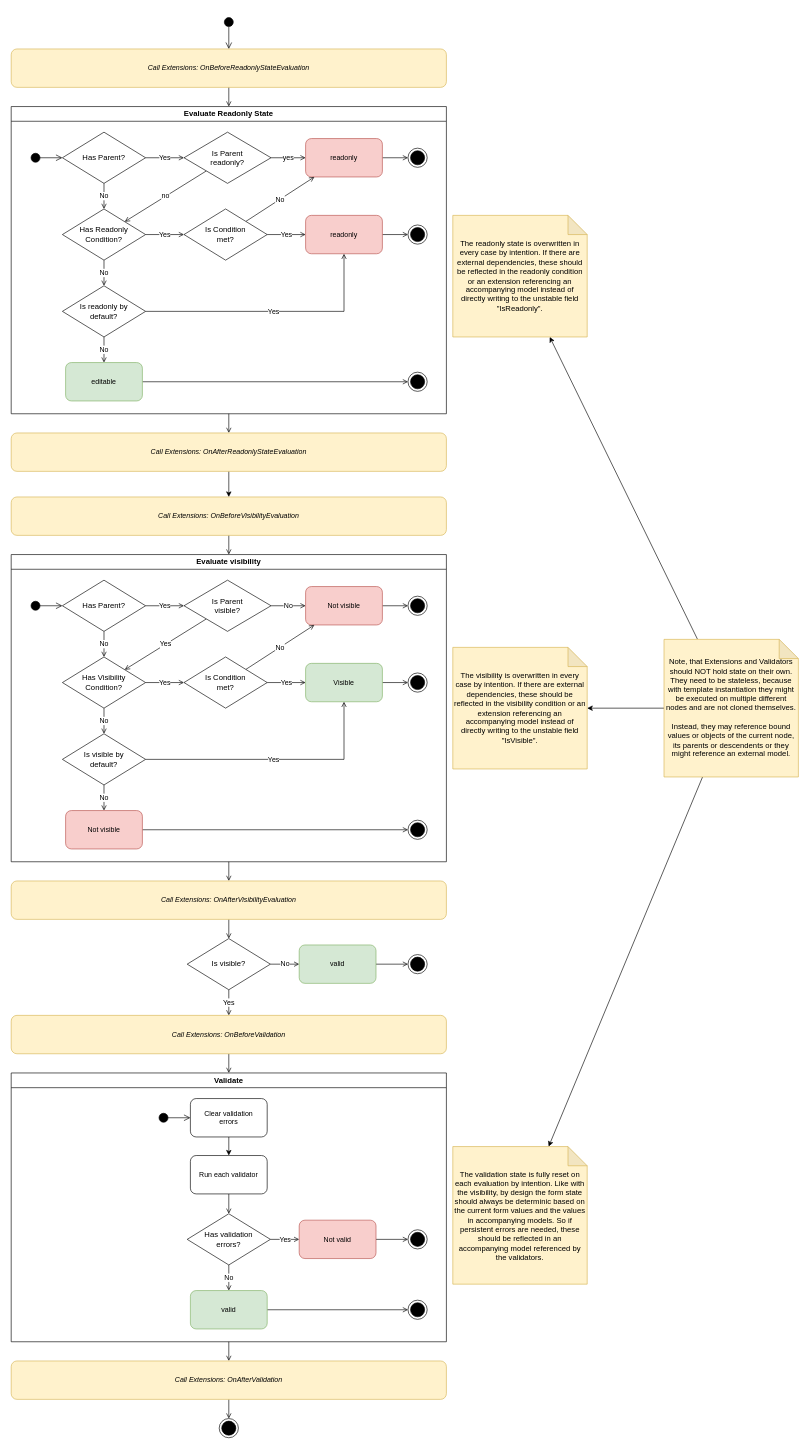
The draw.io diagram doc/forms-concept/update_pipeline.drawio in RGXStorm281/common, before the edit. Source tidied: cells renumbered, new cells numbered last; positions are measured from the earlier drawing's top-left corner, leaving out a move shared by most shapes. Both pictures are drawn from the tidied source at 64%, with x=0, y=0 at pixel (11, 17).
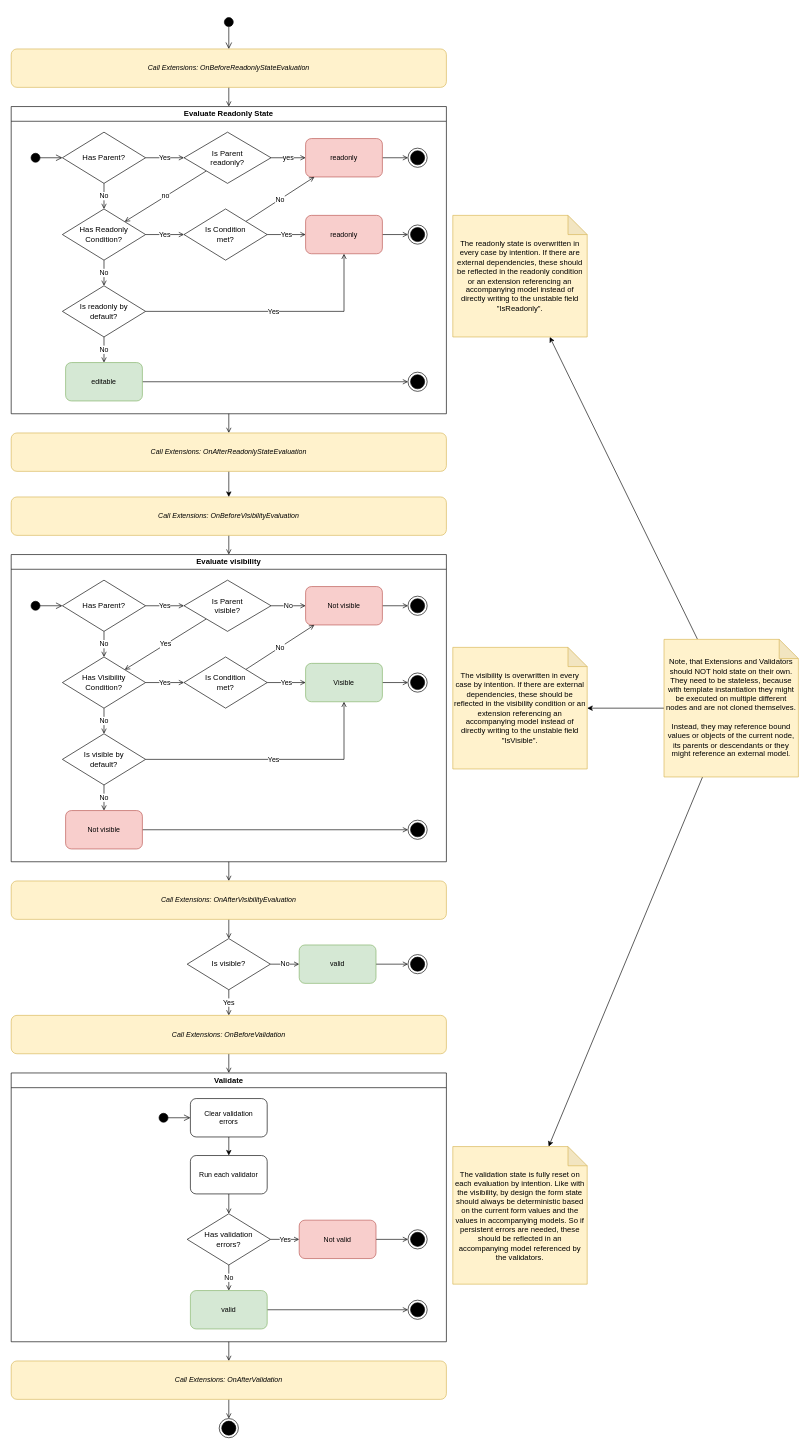
The same diagram, later.

Commit message (it also covers changes not shown here):
Extended Update Pipeline Tests

The edit, as a diff of the source:
```diff
@@
-    <mxCell id="61" value="The validation state is fully reset on each evaluation by intention. Like with the visibility, by design the form state should always be determinic based on the current form values and the values in accompanying models. So if persistent errors are needed, these should be reflected in an accompanying model referenced by the validators." style="shape=note;whiteSpace=wrap;html=1;backgroundOutline=1;darkOpacity=0.05;fillColor=#fff2cc;strokeColor=#d6b656;" parent="1" vertex="1">
+    <mxCell id="61" value="The validation state is fully reset on each evaluation by intention. Like with the visibility, by design the form state should always be deterministic based on the current form values and the values in accompanying models. So if persistent errors are needed, these should be reflected in an accompanying model referenced by the validators." style="shape=note;whiteSpace=wrap;html=1;backgroundOutline=1;darkOpacity=0.05;fillColor=#fff2cc;strokeColor=#d6b656;" parent="1" vertex="1">
       <mxGeometry x="690" y="1765" width="210" height="215" as="geometry" />
     </mxCell>
@@
-    <mxCell id="65" value="Note, that Extensions and Validators should NOT hold state on their own. They need to be stateless, because with template instantiation they might be executed on multiple different nodes and are not cloned themselves.&lt;div&gt;&lt;br&gt;&lt;/div&gt;&lt;div&gt;Instead, they may reference bound values or objects of the current node, its parents or descendents or they might reference an external model.&lt;/div&gt;" style="shape=note;whiteSpace=wrap;html=1;backgroundOutline=1;darkOpacity=0.05;fillColor=#fff2cc;strokeColor=#d6b656;fontStyle=0;" parent="1" vertex="1">
+    <mxCell id="65" value="Note, that Extensions and Validators should NOT hold state on their own. They need to be stateless, because with template instantiation they might be executed on multiple different nodes and are not cloned themselves.&lt;div&gt;&lt;br&gt;&lt;/div&gt;&lt;div&gt;Instead, they may reference bound values or objects of the current node, its parents or descendants or they might reference an external model.&lt;/div&gt;" style="shape=note;whiteSpace=wrap;html=1;backgroundOutline=1;darkOpacity=0.05;fillColor=#fff2cc;strokeColor=#d6b656;fontStyle=0;" parent="1" vertex="1">
       <mxGeometry x="1020" y="972.5" width="210" height="215" as="geometry" />
     </mxCell>
```
